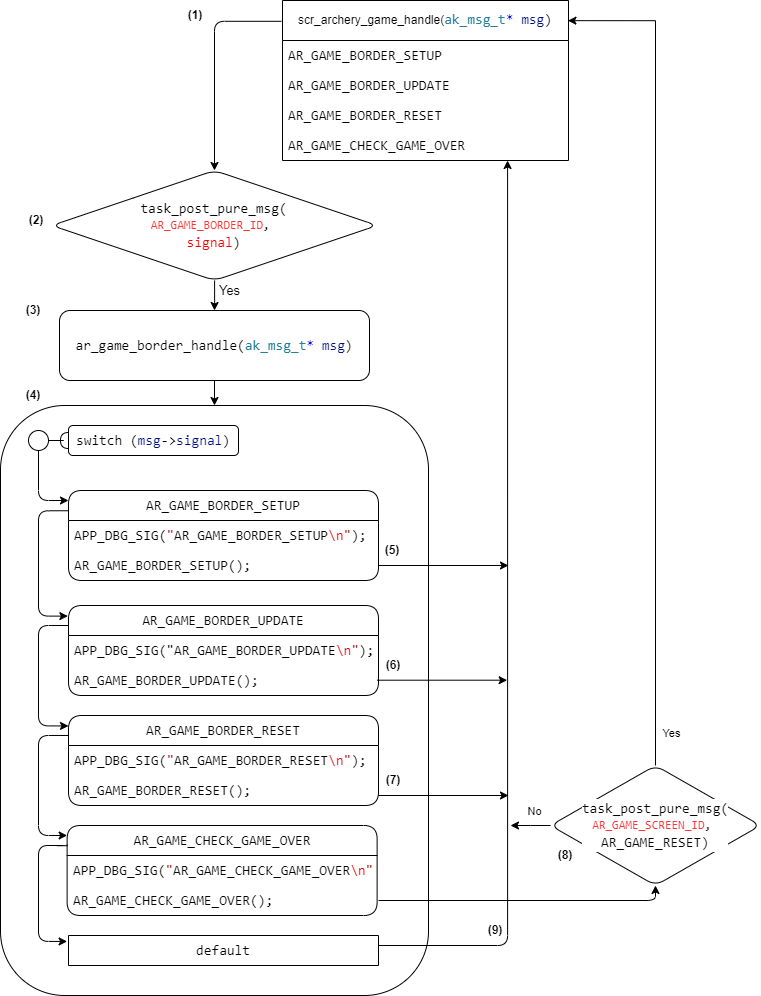
Before: border_sequence.drawio.png, a diagram exported from draw.io (QuocBuu/drawio). Source tidied: cells renumbered, new cells last; positions are measured from the earlier drawing's top-left corner, leaving out a move shared by most shapes.
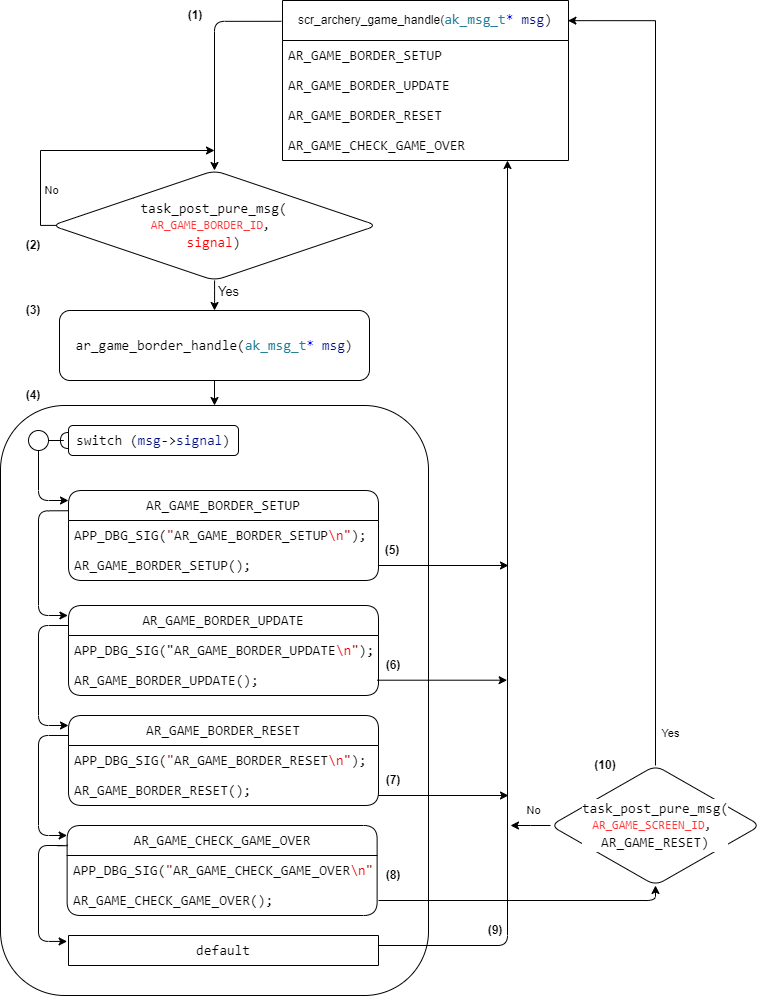
Later version of the same file.

Change to the diagram source:
```diff
@@ -153,6 +153,20 @@
         <mxPoint x="508" y="565" as="targetPoint" />
       </mxGeometry>
     </mxCell>
+    <mxCell id="54" style="edgeStyle=orthogonalEdgeStyle;rounded=0;jettySize=auto;html=1;exitX=0.016;exitY=0.499;exitDx=0;exitDy=0;exitPerimeter=0;" parent="1" edge="1" source="34">
+      <mxGeometry relative="1" as="geometry">
+        <mxPoint x="214" y="150" as="targetPoint" />
+        <Array as="points">
+          <mxPoint x="40" y="225" />
+          <mxPoint x="40" y="150" />
+        </Array>
+      </mxGeometry>
+    </mxCell>
+    <mxCell id="55" value="No" style="edgeLabel;html=1;align=center;verticalAlign=middle;" parent="54" vertex="1">
+      <mxGeometry x="-0.61" relative="1" as="geometry">
+        <mxPoint x="11" as="offset" />
+      </mxGeometry>
+    </mxCell>
     <mxCell id="34" value="&lt;div style=&quot;background-color: rgb(255, 255, 255); font-family: Consolas, &amp;quot;Courier New&amp;quot;, monospace; font-size: 14px; line-height: 19px;&quot;&gt;task_post_pure_msg(&lt;/div&gt;&lt;span style=&quot;background-color: rgb(255, 255, 255);&quot;&gt;&lt;font face=&quot;Consolas, Courier New, monospace&quot; color=&quot;#ff3333&quot;&gt;AR_GAME_BORDER_ID&lt;/font&gt;&lt;font face=&quot;Consolas, Courier New, monospace&quot;&gt;,&amp;nbsp;&lt;/font&gt;&lt;/span&gt;&lt;font face=&quot;Consolas, Courier New, monospace&quot; color=&quot;#ff3333&quot;&gt;&lt;br&gt;&lt;/font&gt;&lt;div style=&quot;background-color: rgb(255, 255, 255); font-family: Consolas, &amp;quot;Courier New&amp;quot;, monospace; font-size: 14px; line-height: 19px;&quot;&gt;&lt;font color=&quot;#ff0000&quot;&gt;signal&lt;/font&gt;)&lt;/div&gt;" style="rhombus;whiteSpace=wrap;html=1;rounded=1;" parent="1" vertex="1">
       <mxGeometry x="51.4" y="170" width="325.2" height="110" as="geometry" />
     </mxCell>
@@ -160,7 +174,7 @@
       <mxGeometry x="180" width="30" height="30" as="geometry" />
     </mxCell>
     <mxCell id="36" value="&lt;b&gt;(2)&lt;/b&gt;" style="text;html=1;strokeColor=none;fillColor=none;align=center;verticalAlign=middle;whiteSpace=wrap;rounded=0;" parent="1" vertex="1">
-      <mxGeometry x="21.4" y="205" width="30" height="30" as="geometry" />
+      <mxGeometry x="18" y="230" width="30" height="30" as="geometry" />
     </mxCell>
     <mxCell id="37" value="&lt;b&gt;(5)&lt;/b&gt;" style="text;html=1;strokeColor=none;fillColor=none;align=center;verticalAlign=middle;whiteSpace=wrap;rounded=0;" parent="1" vertex="1">
       <mxGeometry x="376.6" y="535" width="30" height="30" as="geometry" />
@@ -172,7 +186,7 @@
       <mxGeometry x="378" y="765" width="30" height="30" as="geometry" />
     </mxCell>
     <mxCell id="40" value="&lt;b&gt;(8)&lt;/b&gt;" style="text;html=1;strokeColor=none;fillColor=none;align=center;verticalAlign=middle;whiteSpace=wrap;rounded=0;" parent="1" vertex="1">
-      <mxGeometry x="550" y="840" width="30" height="30" as="geometry" />
+      <mxGeometry x="378" y="860" width="30" height="30" as="geometry" />
     </mxCell>
     <mxCell id="41" value="&lt;b&gt;(9)&lt;/b&gt;" style="text;html=1;strokeColor=none;fillColor=none;align=center;verticalAlign=middle;whiteSpace=wrap;rounded=0;" parent="1" vertex="1">
       <mxGeometry x="480" y="915" width="30" height="30" as="geometry" />
@@ -219,5 +233,8 @@
     <mxCell id="53" value="&lt;div style=&quot;background-color: rgb(255, 255, 255); font-family: Consolas, &amp;quot;Courier New&amp;quot;, monospace; font-size: 14px; line-height: 19px;&quot;&gt;task_post_pure_msg(&lt;/div&gt;&lt;span style=&quot;background-color: rgb(255, 255, 255);&quot;&gt;&lt;font face=&quot;Consolas, Courier New, monospace&quot;&gt;&lt;font color=&quot;#ff3333&quot;&gt;AR_GAME_SCREEN_ID&lt;/font&gt;,&amp;nbsp;&lt;/font&gt;&lt;/span&gt;&lt;font face=&quot;Consolas, Courier New, monospace&quot; color=&quot;#ff3333&quot;&gt;&lt;br&gt;&lt;/font&gt;&lt;div style=&quot;background-color: rgb(255, 255, 255); font-family: Consolas, &amp;quot;Courier New&amp;quot;, monospace; font-size: 14px; line-height: 19px;&quot;&gt;AR_GAME_RESET)&lt;/div&gt;" style="rhombus;whiteSpace=wrap;html=1;rounded=1;" parent="1" vertex="1">
       <mxGeometry x="550" y="765" width="210" height="120" as="geometry" />
     </mxCell>
+    <mxCell id="56" value="&lt;b&gt;(10)&lt;/b&gt;" style="text;html=1;strokeColor=none;fillColor=none;align=center;verticalAlign=middle;whiteSpace=wrap;rounded=0;" parent="1" vertex="1">
+      <mxGeometry x="590" y="750" width="30" height="30" as="geometry" />
+    </mxCell>
   </root>
 </mxGraphModel>
```
